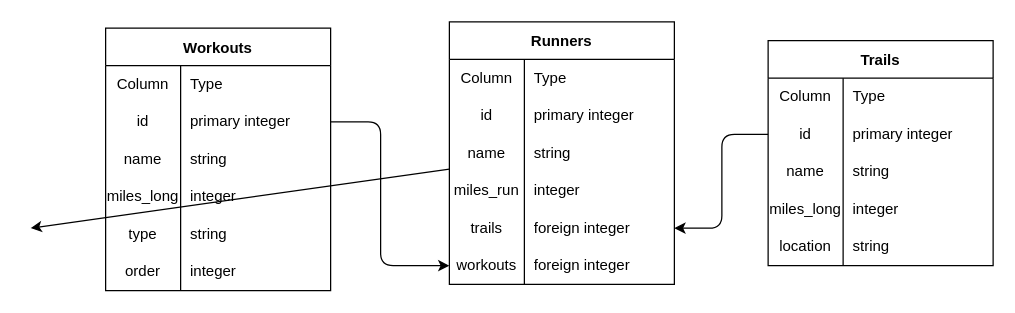
Earlier version of the draw.io diagram lib/marathon-minder-erd.drawio (clambiase08/marathon-manager). Source tidied: cells renumbered, new cells numbered last; positions are measured from the earlier drawing's top-left corner, leaving out a move shared by most shapes. Both pictures are drawn from the tidied source at 125%, with x=0, y=0 at pixel (30, 21).
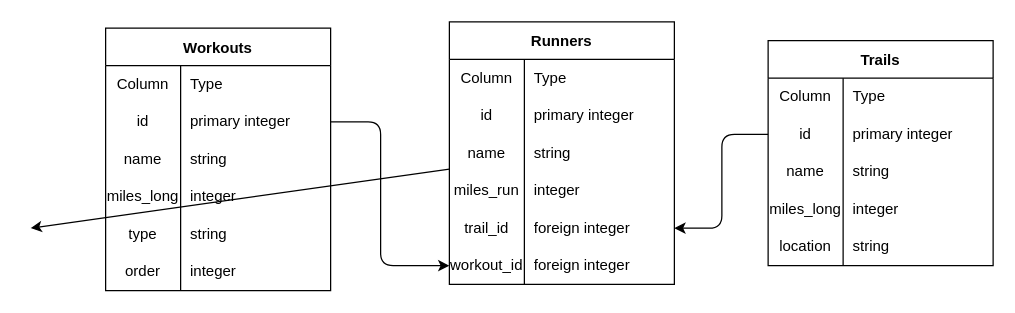
Above is the later version.

Unchanged cells that the change refers to:
```xml
<mxCell id="16" style="shape=tableRow;horizontal=0;startSize=0;swimlaneHead=0;swimlaneBody=0;top=0;left=0;bottom=0;right=0;fillColor=none;points=[[0,0.5],[1,0.5]];portConstraint=eastwest;" parent="3" vertex="1">
  <mxGeometry y="150" width="180" height="30" as="geometry" />
</mxCell>
<mxCell id="19" style="shape=tableRow;horizontal=0;startSize=0;swimlaneHead=0;swimlaneBody=0;top=0;left=0;bottom=0;right=0;fillColor=none;points=[[0,0.5],[1,0.5]];portConstraint=eastwest;" parent="3" vertex="1">
  <mxGeometry y="180" width="180" height="30" as="geometry" />
</mxCell>
```

Diff of the diagram source:
```diff
@@
-    <mxCell id="17" value="trails" style="shape=partialRectangle;html=1;whiteSpace=wrap;fillColor=none;top=0;left=0;bottom=0;right=0;overflow=hidden;" parent="16" vertex="1">
+    <mxCell id="17" value="trail_id" style="shape=partialRectangle;html=1;whiteSpace=wrap;fillColor=none;top=0;left=0;bottom=0;right=0;overflow=hidden;" parent="16" vertex="1">
       <mxGeometry width="60" height="30" as="geometry" />
     </mxCell>
@@
-    <mxCell id="20" value="workouts" style="shape=partialRectangle;html=1;whiteSpace=wrap;fillColor=none;top=0;left=0;bottom=0;right=0;overflow=hidden;" parent="19" vertex="1">
+    <mxCell id="20" value="workout_id" style="shape=partialRectangle;html=1;whiteSpace=wrap;fillColor=none;top=0;left=0;bottom=0;right=0;overflow=hidden;" parent="19" vertex="1">
       <mxGeometry width="60" height="30" as="geometry" />
     </mxCell>
```
